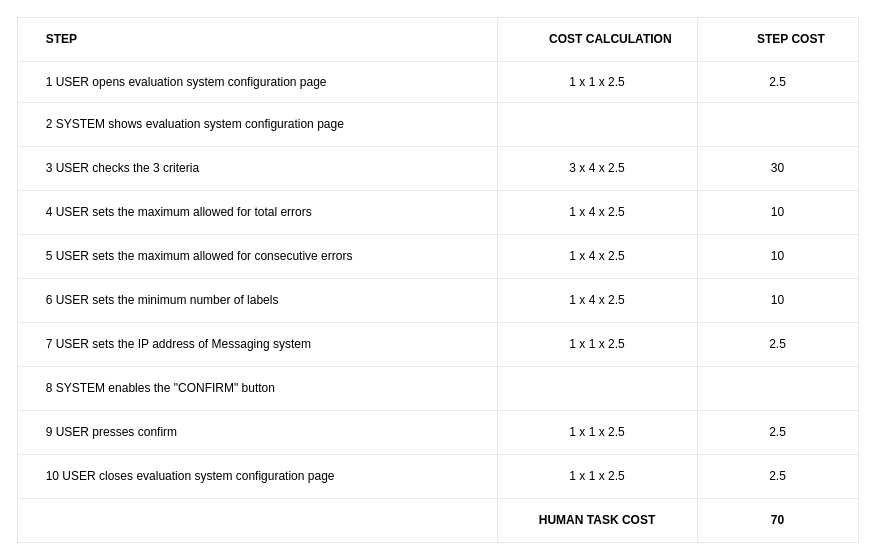
Above: configure/evaluation system (JACO)/evaluation_system_table.drawio in BaffoBello14/AutomaticDamagesRecognition (draw.io), before the change. Source tidied: cells renumbered, new cells numbered last; positions are measured from the earlier drawing's top-left corner, leaving out a move shared by most shapes. Both pictures are drawn from the tidied source at 100%, with x=0, y=0 at pixel (17, 17).
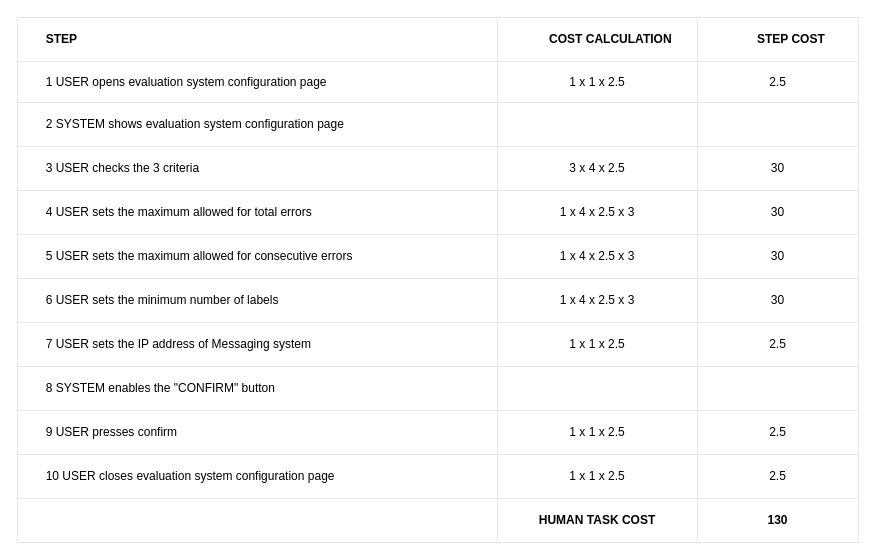
The same diagram, later.

Commit message (it also covers changes not shown here):
Update production system table dimensions

Unchanged cells that the change refers to:
```xml
<mxCell id="19" style="shape=tableRow;horizontal=0;startSize=0;swimlaneHead=0;swimlaneBody=0;top=0;left=0;bottom=0;right=0;fontStyle=0;fillColor=none;strokeColor=inherit;align=center;" parent="2" vertex="1">
  <mxGeometry y="173" width="841" height="44" as="geometry" />
</mxCell>
<mxCell id="23" style="shape=tableRow;horizontal=0;startSize=0;swimlaneHead=0;swimlaneBody=0;top=0;left=0;bottom=0;right=0;fontStyle=0;fillColor=none;strokeColor=inherit;align=center;" parent="2" vertex="1">
  <mxGeometry y="217" width="841" height="44" as="geometry" />
</mxCell>
<mxCell id="27" style="shape=tableRow;horizontal=0;startSize=0;swimlaneHead=0;swimlaneBody=0;top=0;left=0;bottom=0;right=0;fontStyle=0;fillColor=none;strokeColor=inherit;align=center;" parent="2" vertex="1">
  <mxGeometry y="261" width="841" height="44" as="geometry" />
</mxCell>
<mxCell id="47" style="shape=tableRow;horizontal=0;startSize=0;swimlaneHead=0;swimlaneBody=0;top=0;left=0;bottom=0;right=0;fontStyle=0;fillColor=none;strokeColor=inherit;align=center;" parent="2" vertex="1">
  <mxGeometry y="481" width="841" height="44" as="geometry" />
</mxCell>
```

Change to the diagram source:
```diff
@@
-    <mxCell id="21" value="1 x 4 x 2.5" style="strokeColor=inherit;fillColor=none;align=center;whiteSpace=wrap;html=1;" parent="19" vertex="1">
+    <mxCell id="21" value="1 x 4 x 2.5 x 3" style="strokeColor=inherit;fillColor=none;align=center;whiteSpace=wrap;html=1;" parent="19" vertex="1">
       <mxGeometry x="480" width="200" height="44" as="geometry" />
     </mxCell>
-    <mxCell id="22" value="10" style="strokeColor=inherit;fillColor=none;align=center;whiteSpace=wrap;html=1;" parent="19" vertex="1">
+    <mxCell id="22" value="30" style="strokeColor=inherit;fillColor=none;align=center;whiteSpace=wrap;html=1;" parent="19" vertex="1">
       <mxGeometry x="680" width="161" height="44" as="geometry" />
     </mxCell>
@@
-    <mxCell id="25" value="1 x 4 x 2.5" style="strokeColor=inherit;fillColor=default;align=center;whiteSpace=wrap;html=1;" parent="23" vertex="1">
+    <mxCell id="25" value="1 x 4 x 2.5 x 3" style="strokeColor=inherit;fillColor=default;align=center;whiteSpace=wrap;html=1;" parent="23" vertex="1">
       <mxGeometry x="480" width="200" height="44" as="geometry" />
     </mxCell>
-    <mxCell id="26" value="10" style="strokeColor=inherit;fillColor=none;align=center;whiteSpace=wrap;html=1;" parent="23" vertex="1">
+    <mxCell id="26" value="30" style="strokeColor=inherit;fillColor=none;align=center;whiteSpace=wrap;html=1;" parent="23" vertex="1">
       <mxGeometry x="680" width="161" height="44" as="geometry" />
     </mxCell>
@@
-    <mxCell id="29" value="1 x 4 x 2.5" style="strokeColor=inherit;fillColor=none;align=center;whiteSpace=wrap;html=1;" parent="27" vertex="1">
+    <mxCell id="29" value="1 x 4 x 2.5 x 3" style="strokeColor=inherit;fillColor=none;align=center;whiteSpace=wrap;html=1;" parent="27" vertex="1">
       <mxGeometry x="480" width="200" height="44" as="geometry" />
     </mxCell>
-    <mxCell id="30" value="10" style="strokeColor=inherit;fillColor=none;align=center;whiteSpace=wrap;html=1;" parent="27" vertex="1">
+    <mxCell id="30" value="30" style="strokeColor=inherit;fillColor=none;align=center;whiteSpace=wrap;html=1;" parent="27" vertex="1">
       <mxGeometry x="680" width="161" height="44" as="geometry" />
     </mxCell>
@@
-    <mxCell id="50" value="70" style="strokeColor=inherit;fillColor=none;align=center;whiteSpace=wrap;html=1;fontStyle=1;" parent="47" vertex="1">
+    <mxCell id="50" value="130" style="strokeColor=inherit;fillColor=none;align=center;whiteSpace=wrap;html=1;fontStyle=1;" parent="47" vertex="1">
       <mxGeometry x="680" width="161" height="44" as="geometry" />
     </mxCell>
```
